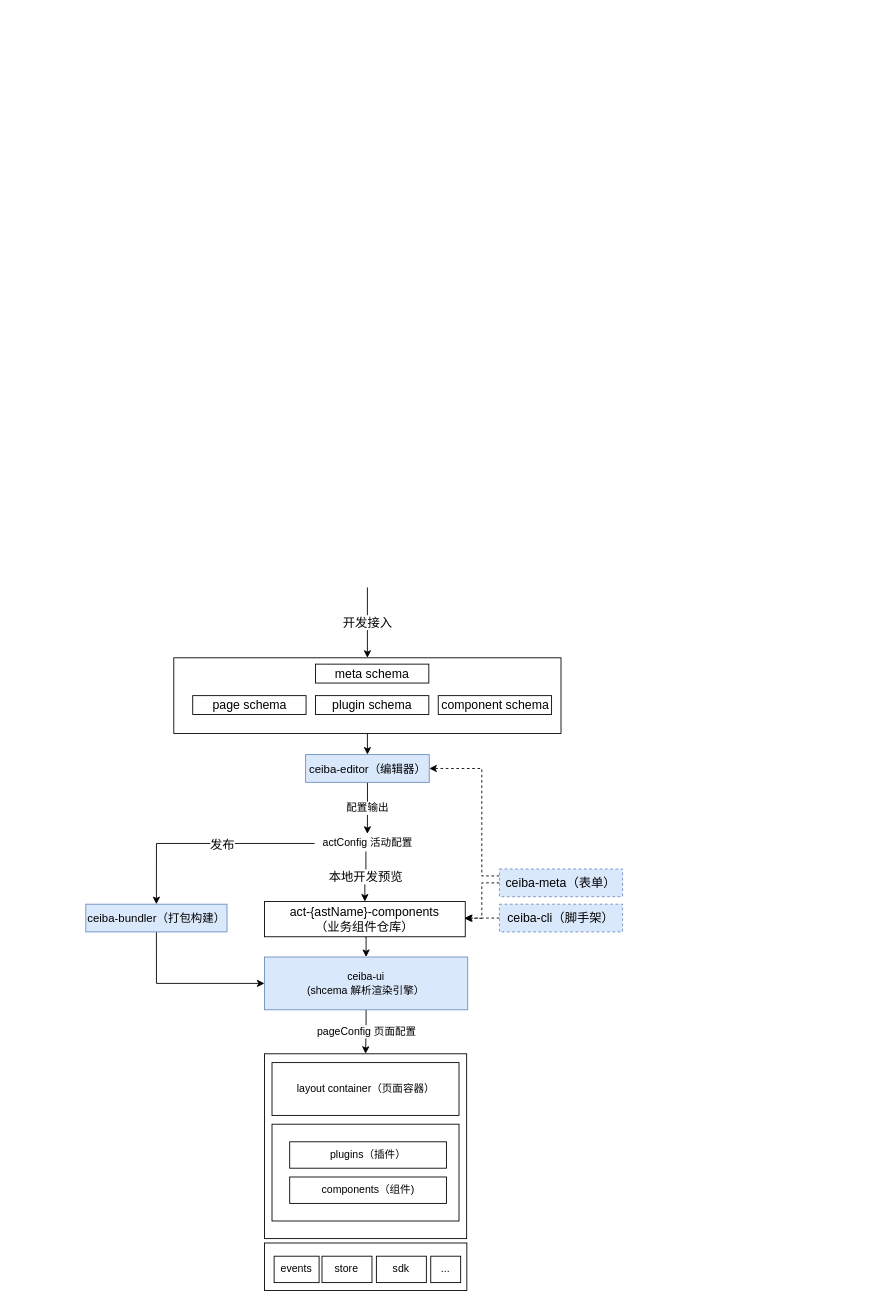
The draw.io diagram ceiba-oteam.drawio in axtrur/resource, before the edit. Source tidied: cells renumbered, new cells numbered last; positions are measured from the earlier drawing's top-left corner, leaving out a move shared by most shapes. Both pictures are drawn from the tidied source at 88%, with x=0, y=0 at pixel (85, 587).
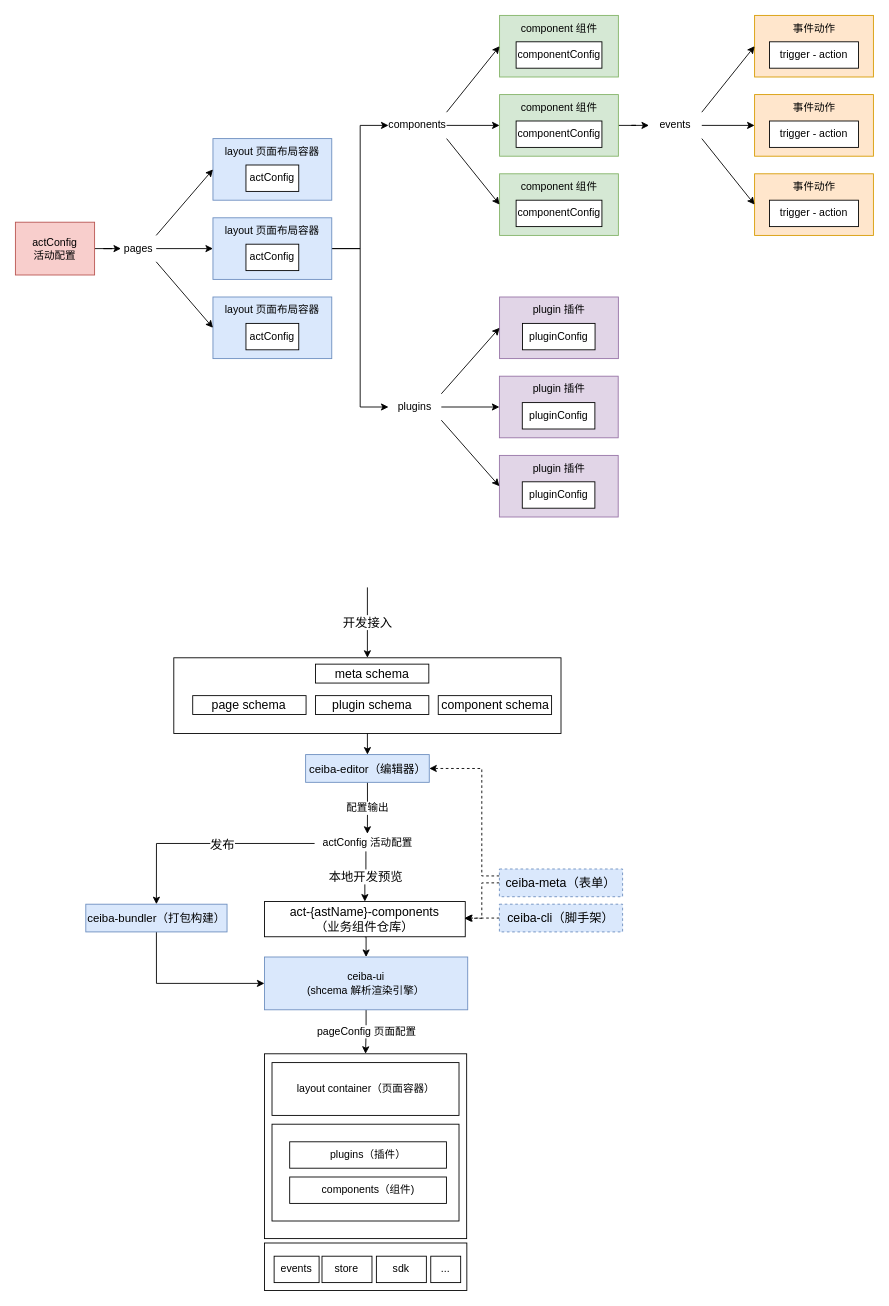
The same page after the edit.

Change to the diagram source:
```diff
@@
+    <mxCell id="40" style="rounded=0;whiteSpace=wrap;html=1;fillColor=#dae8fc;strokeColor=#6c8ebf;" parent="1" vertex="1">
+      <mxGeometry x="144.5" y="-510" width="135" height="70" as="geometry" />
+    </mxCell>
@@
+    <mxCell id="41" style="edgeStyle=orthogonalEdgeStyle;rounded=0;jettySize=auto;html=1;exitX=1;exitY=0.5;exitDx=0;exitDy=0;" parent="1" edge="1" source="42" target="81">
+      <mxGeometry relative="1" as="geometry" />
+    </mxCell>
+    <mxCell id="42" value="actConfig &lt;br&gt;活动配置" style="rounded=0;whiteSpace=wrap;html=1;fillColor=#f8cecc;strokeColor=#b85450;" parent="1" vertex="1">
+      <mxGeometry x="-80" y="-415" width="90" height="60" as="geometry" />
+    </mxCell>
+    <mxCell id="43" value="actConfig" style="rounded=0;whiteSpace=wrap;html=1;" parent="1" vertex="1">
+      <mxGeometry x="182" y="-480" width="60" height="30" as="geometry" />
+    </mxCell>
+    <mxCell id="44" value="layout 页面布局容器" style="text;html=1;strokeColor=none;fillColor=none;align=center;verticalAlign=middle;whiteSpace=wrap;rounded=0;" parent="1" vertex="1">
+      <mxGeometry x="152" y="-510" width="120" height="30" as="geometry" />
+    </mxCell>
+    <mxCell id="45" style="edgeStyle=orthogonalEdgeStyle;rounded=0;jettySize=auto;html=1;exitX=1;exitY=0.5;exitDx=0;exitDy=0;entryX=0;entryY=0.5;entryDx=0;entryDy=0;" parent="1" edge="1" source="47" target="85">
+      <mxGeometry relative="1" as="geometry" />
+    </mxCell>
+    <mxCell id="46" style="edgeStyle=orthogonalEdgeStyle;rounded=0;jettySize=auto;html=1;exitX=1;exitY=0.5;exitDx=0;exitDy=0;entryX=0;entryY=0.5;entryDx=0;entryDy=0;" parent="1" edge="1" source="47" target="86">
+      <mxGeometry relative="1" as="geometry" />
+    </mxCell>
+    <mxCell id="47" style="rounded=0;whiteSpace=wrap;html=1;fillColor=#dae8fc;strokeColor=#6c8ebf;" parent="1" vertex="1">
+      <mxGeometry x="144.5" y="-420" width="135" height="70" as="geometry" />
+    </mxCell>
+    <mxCell id="48" value="actConfig" style="rounded=0;whiteSpace=wrap;html=1;" parent="1" vertex="1">
+      <mxGeometry x="182" y="-390" width="60" height="30" as="geometry" />
+    </mxCell>
+    <mxCell id="49" value="layout 页面布局容器" style="text;html=1;strokeColor=none;fillColor=none;align=center;verticalAlign=middle;whiteSpace=wrap;rounded=0;" parent="1" vertex="1">
+      <mxGeometry x="152" y="-420" width="120" height="30" as="geometry" />
+    </mxCell>
+    <mxCell id="50" style="rounded=0;whiteSpace=wrap;html=1;fillColor=#dae8fc;strokeColor=#6c8ebf;" parent="1" vertex="1">
+      <mxGeometry x="144.5" y="-330" width="135" height="70" as="geometry" />
+    </mxCell>
+    <mxCell id="51" value="actConfig" style="rounded=0;whiteSpace=wrap;html=1;" parent="1" vertex="1">
+      <mxGeometry x="182" y="-300" width="60" height="30" as="geometry" />
+    </mxCell>
+    <mxCell id="52" value="layout 页面布局容器" style="text;html=1;strokeColor=none;fillColor=none;align=center;verticalAlign=middle;whiteSpace=wrap;rounded=0;" parent="1" vertex="1">
+      <mxGeometry x="152" y="-330" width="120" height="30" as="geometry" />
+    </mxCell>
+    <mxCell id="53" style="rounded=0;whiteSpace=wrap;html=1;fillColor=#d5e8d4;strokeColor=#82b366;" parent="1" vertex="1">
+      <mxGeometry x="470.2" y="-650" width="135" height="70" as="geometry" />
+    </mxCell>
+    <mxCell id="54" value="componentConfig" style="rounded=0;whiteSpace=wrap;html=1;" parent="1" vertex="1">
+      <mxGeometry x="489" y="-620" width="97.5" height="30" as="geometry" />
+    </mxCell>
+    <mxCell id="55" value="component 组件" style="text;html=1;strokeColor=none;fillColor=none;align=center;verticalAlign=middle;whiteSpace=wrap;rounded=0;" parent="1" vertex="1">
+      <mxGeometry x="477.8" y="-650" width="120" height="30" as="geometry" />
+    </mxCell>
+    <mxCell id="56" style="rounded=0;whiteSpace=wrap;html=1;fillColor=#e1d5e7;strokeColor=#9673a6;" parent="1" vertex="1">
+      <mxGeometry x="470.2" y="-330" width="135" height="70" as="geometry" />
+    </mxCell>
+    <mxCell id="57" value="pluginConfig" style="rounded=0;whiteSpace=wrap;html=1;" parent="1" vertex="1">
+      <mxGeometry x="496.2" y="-300" width="82.5" height="30" as="geometry" />
+    </mxCell>
+    <mxCell id="58" value="plugin 插件" style="text;html=1;strokeColor=none;fillColor=none;align=center;verticalAlign=middle;whiteSpace=wrap;rounded=0;" parent="1" vertex="1">
+      <mxGeometry x="477.8" y="-330" width="120" height="30" as="geometry" />
+    </mxCell>
+    <mxCell id="59" style="edgeStyle=orthogonalEdgeStyle;rounded=0;jettySize=auto;html=1;exitX=1;exitY=0.5;exitDx=0;exitDy=0;" parent="1" edge="1" source="60" target="93">
+      <mxGeometry relative="1" as="geometry" />
+    </mxCell>
+    <mxCell id="60" style="rounded=0;whiteSpace=wrap;html=1;fillColor=#d5e8d4;strokeColor=#82b366;" parent="1" vertex="1">
+      <mxGeometry x="470.2" y="-560" width="135" height="70" as="geometry" />
+    </mxCell>
+    <mxCell id="61" value="componentConfig" style="rounded=0;whiteSpace=wrap;html=1;" parent="1" vertex="1">
+      <mxGeometry x="489" y="-530" width="97.5" height="30" as="geometry" />
+    </mxCell>
+    <mxCell id="62" value="component 组件" style="text;html=1;strokeColor=none;fillColor=none;align=center;verticalAlign=middle;whiteSpace=wrap;rounded=0;" parent="1" vertex="1">
+      <mxGeometry x="477.8" y="-560" width="120" height="30" as="geometry" />
+    </mxCell>
+    <mxCell id="63" style="rounded=0;whiteSpace=wrap;html=1;fillColor=#d5e8d4;strokeColor=#82b366;" parent="1" vertex="1">
+      <mxGeometry x="470.2" y="-470" width="135" height="70" as="geometry" />
+    </mxCell>
+    <mxCell id="64" value="componentConfig" style="rounded=0;whiteSpace=wrap;html=1;" parent="1" vertex="1">
+      <mxGeometry x="489" y="-440" width="97.5" height="30" as="geometry" />
+    </mxCell>
+    <mxCell id="65" value="component 组件" style="text;html=1;strokeColor=none;fillColor=none;align=center;verticalAlign=middle;whiteSpace=wrap;rounded=0;" parent="1" vertex="1">
+      <mxGeometry x="477.8" y="-470" width="120" height="30" as="geometry" />
+    </mxCell>
+    <mxCell id="66" style="rounded=0;whiteSpace=wrap;html=1;fillColor=#e1d5e7;strokeColor=#9673a6;" parent="1" vertex="1">
+      <mxGeometry x="470" y="-240" width="135" height="70" as="geometry" />
+    </mxCell>
+    <mxCell id="67" value="pluginConfig" style="rounded=0;whiteSpace=wrap;html=1;" parent="1" vertex="1">
+      <mxGeometry x="496" y="-210" width="82.5" height="30" as="geometry" />
+    </mxCell>
+    <mxCell id="68" value="plugin 插件" style="text;html=1;strokeColor=none;fillColor=none;align=center;verticalAlign=middle;whiteSpace=wrap;rounded=0;" parent="1" vertex="1">
+      <mxGeometry x="477.5" y="-240" width="120" height="30" as="geometry" />
+    </mxCell>
+    <mxCell id="69" style="rounded=0;whiteSpace=wrap;html=1;fillColor=#e1d5e7;strokeColor=#9673a6;" parent="1" vertex="1">
+      <mxGeometry x="470" y="-150" width="135" height="70" as="geometry" />
+    </mxCell>
+    <mxCell id="70" value="pluginConfig" style="rounded=0;whiteSpace=wrap;html=1;" parent="1" vertex="1">
+      <mxGeometry x="496" y="-120" width="82.5" height="30" as="geometry" />
+    </mxCell>
+    <mxCell id="71" value="plugin 插件" style="text;html=1;strokeColor=none;fillColor=none;align=center;verticalAlign=middle;whiteSpace=wrap;rounded=0;" parent="1" vertex="1">
+      <mxGeometry x="477.5" y="-150" width="120" height="30" as="geometry" />
+    </mxCell>
+    <mxCell id="72" style="rounded=0;whiteSpace=wrap;html=1;fillColor=#ffe6cc;strokeColor=#d79b00;" parent="1" vertex="1">
+      <mxGeometry x="760" y="-650" width="135" height="70" as="geometry" />
+    </mxCell>
+    <mxCell id="73" value="trigger - action" style="rounded=0;whiteSpace=wrap;html=1;" parent="1" vertex="1">
+      <mxGeometry x="776.9" y="-620" width="101.2" height="30" as="geometry" />
+    </mxCell>
+    <mxCell id="74" value="事件动作" style="text;html=1;strokeColor=none;fillColor=none;align=center;verticalAlign=middle;whiteSpace=wrap;rounded=0;" parent="1" vertex="1">
+      <mxGeometry x="767.5" y="-650" width="120" height="30" as="geometry" />
+    </mxCell>
+    <mxCell id="75" style="rounded=0;whiteSpace=wrap;html=1;fillColor=#ffe6cc;strokeColor=#d79b00;" parent="1" vertex="1">
+      <mxGeometry x="760" y="-560" width="135" height="70" as="geometry" />
+    </mxCell>
+    <mxCell id="76" value="trigger - action" style="rounded=0;whiteSpace=wrap;html=1;" parent="1" vertex="1">
+      <mxGeometry x="776.9" y="-530" width="101.2" height="30" as="geometry" />
+    </mxCell>
+    <mxCell id="77" value="事件动作" style="text;html=1;strokeColor=none;fillColor=none;align=center;verticalAlign=middle;whiteSpace=wrap;rounded=0;" parent="1" vertex="1">
+      <mxGeometry x="767.5" y="-560" width="120" height="30" as="geometry" />
+    </mxCell>
+    <mxCell id="78" style="rounded=0;whiteSpace=wrap;html=1;fillColor=#ffe6cc;strokeColor=#d79b00;" parent="1" vertex="1">
+      <mxGeometry x="760" y="-470" width="135" height="70" as="geometry" />
+    </mxCell>
+    <mxCell id="79" value="trigger - action" style="rounded=0;whiteSpace=wrap;html=1;" parent="1" vertex="1">
+      <mxGeometry x="776.9" y="-440" width="101.2" height="30" as="geometry" />
+    </mxCell>
+    <mxCell id="80" value="事件动作" style="text;html=1;strokeColor=none;fillColor=none;align=center;verticalAlign=middle;whiteSpace=wrap;rounded=0;" parent="1" vertex="1">
+      <mxGeometry x="767.5" y="-470" width="120" height="30" as="geometry" />
+    </mxCell>
+    <mxCell id="81" value="pages" style="text;html=1;strokeColor=none;fillColor=none;align=center;verticalAlign=middle;whiteSpace=wrap;rounded=0;" parent="1" vertex="1">
+      <mxGeometry x="40" y="-400" width="40" height="30" as="geometry" />
+    </mxCell>
+    <mxCell id="82" style="endArrow=classic;html=1;rounded=0;exitX=1;exitY=0;exitDx=0;exitDy=0;entryX=0;entryY=0.5;entryDx=0;entryDy=0;" parent="1" edge="1" source="81" target="40">
+      <mxGeometry relative="1" as="geometry" />
+    </mxCell>
+    <mxCell id="83" style="endArrow=classic;html=1;rounded=0;exitX=1;exitY=0.5;exitDx=0;exitDy=0;entryX=0;entryY=0.5;entryDx=0;entryDy=0;" parent="1" edge="1" source="81" target="47">
+      <mxGeometry relative="1" as="geometry" />
+    </mxCell>
+    <mxCell id="84" style="endArrow=classic;html=1;rounded=0;exitX=1;exitY=1;exitDx=0;exitDy=0;entryX=0;entryY=0.5;entryDx=0;entryDy=0;" parent="1" edge="1" source="81" target="50">
+      <mxGeometry relative="1" as="geometry" />
+    </mxCell>
+    <mxCell id="85" value="components" style="text;html=1;strokeColor=none;fillColor=none;align=center;verticalAlign=middle;whiteSpace=wrap;rounded=0;" parent="1" vertex="1">
+      <mxGeometry x="344" y="-540" width="66" height="30" as="geometry" />
+    </mxCell>
+    <mxCell id="86" value="plugins" style="text;html=1;strokeColor=none;fillColor=none;align=center;verticalAlign=middle;whiteSpace=wrap;rounded=0;" parent="1" vertex="1">
+      <mxGeometry x="344" y="-220" width="60" height="30" as="geometry" />
+    </mxCell>
+    <mxCell id="87" style="endArrow=classic;html=1;rounded=0;entryX=0;entryY=0.5;entryDx=0;entryDy=0;exitX=1;exitY=0;exitDx=0;exitDy=0;" parent="1" edge="1" source="86" target="56">
+      <mxGeometry relative="1" as="geometry" />
+    </mxCell>
+    <mxCell id="88" style="endArrow=classic;html=1;rounded=0;exitX=1;exitY=0.5;exitDx=0;exitDy=0;" parent="1" edge="1" source="86" target="66">
+      <mxGeometry relative="1" as="geometry" />
+    </mxCell>
+    <mxCell id="89" style="endArrow=classic;html=1;rounded=0;exitX=1;exitY=1;exitDx=0;exitDy=0;entryX=0;entryY=0.5;entryDx=0;entryDy=0;" parent="1" edge="1" source="86" target="69">
+      <mxGeometry relative="1" as="geometry" />
+    </mxCell>
+    <mxCell id="90" style="endArrow=classic;html=1;rounded=0;exitX=1;exitY=0;exitDx=0;exitDy=0;entryX=0;entryY=0.5;entryDx=0;entryDy=0;" parent="1" edge="1" source="85" target="53">
+      <mxGeometry relative="1" as="geometry" />
+    </mxCell>
+    <mxCell id="91" style="endArrow=classic;html=1;rounded=0;exitX=1;exitY=0.5;exitDx=0;exitDy=0;entryX=0;entryY=0.5;entryDx=0;entryDy=0;" parent="1" edge="1" source="85" target="60">
+      <mxGeometry relative="1" as="geometry" />
+    </mxCell>
+    <mxCell id="92" style="endArrow=classic;html=1;rounded=0;exitX=1;exitY=1;exitDx=0;exitDy=0;entryX=0;entryY=0.5;entryDx=0;entryDy=0;" parent="1" edge="1" source="85" target="63">
+      <mxGeometry relative="1" as="geometry" />
+    </mxCell>
+    <mxCell id="93" value="events" style="text;html=1;strokeColor=none;fillColor=none;align=center;verticalAlign=middle;whiteSpace=wrap;rounded=0;" parent="1" vertex="1">
+      <mxGeometry x="640" y="-540" width="60" height="30" as="geometry" />
+    </mxCell>
+    <mxCell id="94" style="endArrow=classic;html=1;rounded=0;exitX=1;exitY=0;exitDx=0;exitDy=0;entryX=0;entryY=0.5;entryDx=0;entryDy=0;" parent="1" edge="1" source="93" target="72">
+      <mxGeometry relative="1" as="geometry" />
+    </mxCell>
+    <mxCell id="95" style="endArrow=classic;html=1;rounded=0;exitX=1;exitY=0.5;exitDx=0;exitDy=0;entryX=0;entryY=0.5;entryDx=0;entryDy=0;" parent="1" edge="1" source="93" target="75">
+      <mxGeometry relative="1" as="geometry" />
+    </mxCell>
+    <mxCell id="96" style="endArrow=classic;html=1;rounded=0;exitX=1;exitY=1;exitDx=0;exitDy=0;entryX=0;entryY=0.5;entryDx=0;entryDy=0;" parent="1" edge="1" source="93" target="78">
+      <mxGeometry relative="1" as="geometry" />
+    </mxCell>
```
